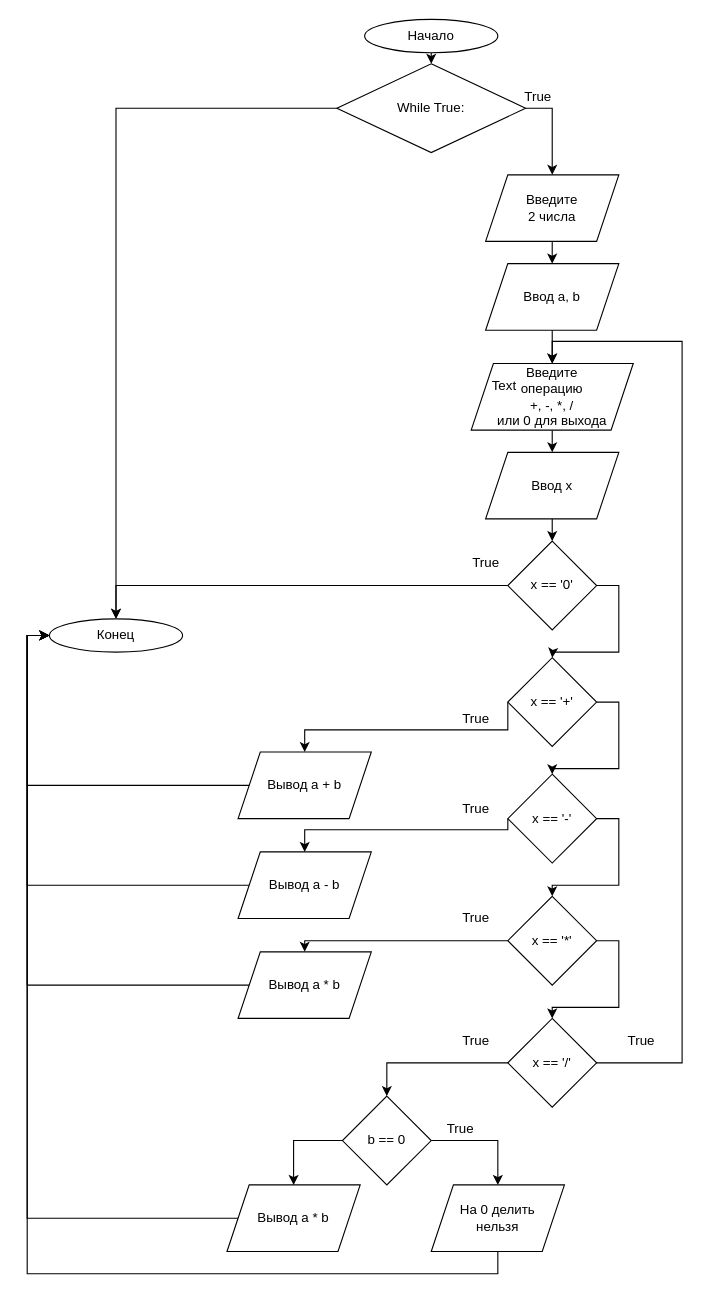
Before: page "Task-1" (1 of 4) of Untitled Diagram.drawio in y-zZz-y/Python-algorithm, a draw.io diagram. Source tidied: cells renumbered, new cells numbered last; positions are measured from the earlier drawing's top-left corner, leaving out a move shared by most shapes. Both pictures are drawn from the tidied source at 111%, with x=0, y=0 at pixel (27, 19).
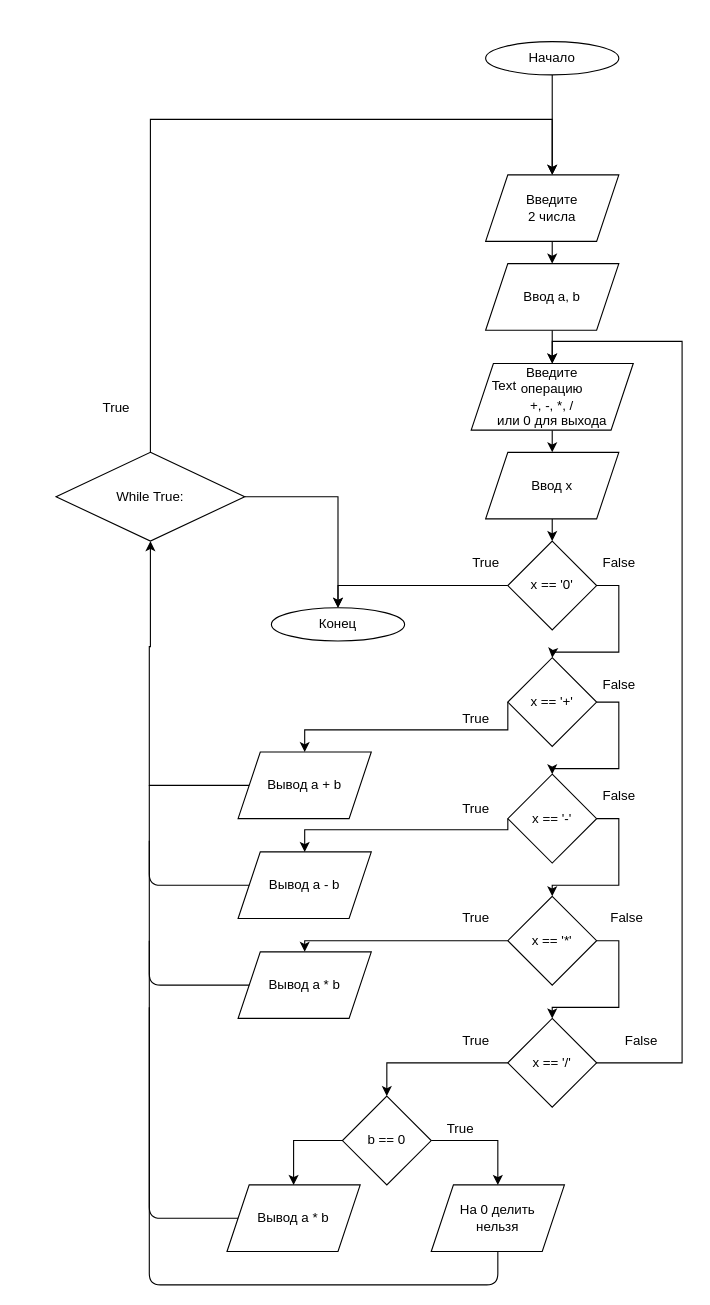
The same diagram, later.

The change refers to these unchanged cells:
```xml
<mxCell id="5" value="Введите &lt;br&gt;2 числа" style="shape=parallelogram;perimeter=parallelogramPerimeter;whiteSpace=wrap;html=1;fixedSize=1;" parent="1" vertex="1">
  <mxGeometry x="413" y="140" width="120" height="60" as="geometry" />
</mxCell>
<mxCell id="35" value="Вывод a + b" style="shape=parallelogram;perimeter=parallelogramPerimeter;whiteSpace=wrap;html=1;fixedSize=1;" parent="1" vertex="1">
  <mxGeometry x="190" y="660" width="120" height="60" as="geometry" />
</mxCell>
<mxCell id="37" value="Вывод a - b" style="shape=parallelogram;perimeter=parallelogramPerimeter;whiteSpace=wrap;html=1;fixedSize=1;" parent="1" vertex="1">
  <mxGeometry x="190" y="750" width="120" height="60" as="geometry" />
</mxCell>
<mxCell id="39" value="Вывод a * b" style="shape=parallelogram;perimeter=parallelogramPerimeter;whiteSpace=wrap;html=1;fixedSize=1;" parent="1" vertex="1">
  <mxGeometry x="190" y="840" width="120" height="60" as="geometry" />
</mxCell>
<mxCell id="44" value="На 0 делить &lt;br&gt;нельзя" style="shape=parallelogram;perimeter=parallelogramPerimeter;whiteSpace=wrap;html=1;fixedSize=1;" parent="1" vertex="1">
  <mxGeometry x="364" y="1050" width="120" height="60" as="geometry" />
</mxCell>
<mxCell id="46" value="Вывод a * b" style="shape=parallelogram;perimeter=parallelogramPerimeter;whiteSpace=wrap;html=1;fixedSize=1;" parent="1" vertex="1">
  <mxGeometry x="180" y="1050" width="120" height="60" as="geometry" />
</mxCell>
```

What changed in the source:
```diff
@@
-    <mxCell id="2" style="edgeStyle=orthogonalEdgeStyle;rounded=0;jettySize=auto;html=1;exitX=0.5;exitY=1;exitDx=0;exitDy=0;entryX=0.5;entryY=0;entryDx=0;entryDy=0;" parent="1" edge="1" source="3" target="14">
-      <mxGeometry relative="1" as="geometry" />
-    </mxCell>
+    <mxCell id="53" style="edgeStyle=orthogonalEdgeStyle;rounded=0;jettySize=auto;html=1;exitX=0.5;exitY=1;exitDx=0;exitDy=0;entryX=0.5;entryY=0;entryDx=0;entryDy=0;" parent="1" edge="1" source="3" target="5">
+      <mxGeometry relative="1" as="geometry">
+        <Array as="points">
+          <mxPoint x="473" y="100" />
+          <mxPoint x="473" y="100" />
+        </Array>
+      </mxGeometry>
+    </mxCell>
     <mxCell id="3" value="Начало" style="ellipse;whiteSpace=wrap;html=1;" parent="1" vertex="1">
-      <mxGeometry x="304" width="120" height="30" as="geometry" />
+      <mxGeometry x="413" y="20" width="120" height="30" as="geometry" />
     </mxCell>
@@
+    <mxCell id="13" style="edgeStyle=orthogonalEdgeStyle;rounded=0;jettySize=auto;html=1;exitX=0.5;exitY=0;exitDx=0;exitDy=0;entryX=0.5;entryY=0;entryDx=0;entryDy=0;" parent="1" edge="1" source="14" target="5">
+      <mxGeometry relative="1" as="geometry">
+        <Array as="points">
+          <mxPoint x="111" y="90" />
+          <mxPoint x="473" y="90" />
+        </Array>
+      </mxGeometry>
+    </mxCell>
-    <mxCell id="12" style="edgeStyle=orthogonalEdgeStyle;rounded=0;jettySize=auto;html=1;exitX=0;exitY=0.5;exitDx=0;exitDy=0;entryX=0.5;entryY=0;entryDx=0;entryDy=0;" parent="1" edge="1" source="14" target="18">
+    <mxCell id="12" style="edgeStyle=orthogonalEdgeStyle;rounded=0;jettySize=auto;html=1;exitX=1;exitY=0.5;exitDx=0;exitDy=0;entryX=0.5;entryY=0;entryDx=0;entryDy=0;" parent="1" edge="1" source="14" target="18">
       <mxGeometry relative="1" as="geometry" />
     </mxCell>
-    <mxCell id="13" style="edgeStyle=orthogonalEdgeStyle;rounded=0;jettySize=auto;html=1;exitX=1;exitY=0.5;exitDx=0;exitDy=0;entryX=0.5;entryY=0;entryDx=0;entryDy=0;" parent="1" edge="1" source="14" target="5">
-      <mxGeometry relative="1" as="geometry" />
-    </mxCell>
     <mxCell id="14" value="While True:" style="rhombus;whiteSpace=wrap;html=1;" parent="1" vertex="1">
-      <mxGeometry x="279" y="40" width="170" height="80" as="geometry" />
+      <mxGeometry x="26" y="390" width="170" height="80" as="geometry" />
     </mxCell>
@@
     <mxCell id="18" value="Конец" style="ellipse;whiteSpace=wrap;html=1;" parent="1" vertex="1">
-      <mxGeometry x="20" y="540" width="120" height="30" as="geometry" />
+      <mxGeometry x="220" y="530" width="120" height="30" as="geometry" />
     </mxCell>
@@
     <mxCell id="20" value="True" style="text;html=1;align=center;verticalAlign=middle;" parent="1" vertex="1">
-      <mxGeometry x="440" y="60" width="40" height="20" as="geometry" />
+      <mxGeometry x="60" y="340" width="40" height="20" as="geometry" />
     </mxCell>
@@
-    <mxCell id="34" style="edgeStyle=orthogonalEdgeStyle;rounded=0;jettySize=auto;html=1;exitX=0;exitY=0.5;exitDx=0;exitDy=0;entryX=0;entryY=0.5;entryDx=0;entryDy=0;" parent="1" edge="1" source="35" target="18">
-      <mxGeometry relative="1" as="geometry">
-        <Array as="points">
-          <mxPoint y="690" />
-          <mxPoint y="555" />
-        </Array>
-      </mxGeometry>
-    </mxCell>
+    <mxCell id="54" style="edgeStyle=orthogonalEdgeStyle;rounded=0;jettySize=auto;html=1;exitX=0;exitY=0.5;exitDx=0;exitDy=0;entryX=0.5;entryY=1;entryDx=0;entryDy=0;" parent="1" edge="1" source="35" target="14">
+      <mxGeometry relative="1" as="geometry">
+        <Array as="points">
+          <mxPoint x="110" y="690" />
+          <mxPoint x="110" y="565" />
+          <mxPoint x="111" y="470" />
+        </Array>
+      </mxGeometry>
+    </mxCell>
@@
-    <mxCell id="36" style="edgeStyle=orthogonalEdgeStyle;rounded=0;jettySize=auto;html=1;exitX=0;exitY=0.5;exitDx=0;exitDy=0;entryX=0;entryY=0.5;entryDx=0;entryDy=0;" parent="1" edge="1" source="37" target="18">
-      <mxGeometry relative="1" as="geometry">
-        <Array as="points">
-          <mxPoint y="780" />
-          <mxPoint y="555" />
-        </Array>
-      </mxGeometry>
-    </mxCell>
@@
-    <mxCell id="38" style="edgeStyle=orthogonalEdgeStyle;rounded=0;jettySize=auto;html=1;exitX=0;exitY=0.5;exitDx=0;exitDy=0;entryX=0;entryY=0.5;entryDx=0;entryDy=0;" parent="1" edge="1" source="39" target="18">
-      <mxGeometry relative="1" as="geometry">
-        <Array as="points">
-          <mxPoint y="870" />
-          <mxPoint y="555" />
-        </Array>
-      </mxGeometry>
-    </mxCell>
@@
-    <mxCell id="43" style="edgeStyle=orthogonalEdgeStyle;rounded=0;jettySize=auto;html=1;exitX=0.5;exitY=1;exitDx=0;exitDy=0;entryX=0;entryY=0.5;entryDx=0;entryDy=0;" parent="1" edge="1" source="44" target="18">
-      <mxGeometry relative="1" as="geometry" />
-    </mxCell>
@@
-    <mxCell id="45" style="edgeStyle=orthogonalEdgeStyle;rounded=0;jettySize=auto;html=1;exitX=0;exitY=0.5;exitDx=0;exitDy=0;entryX=0;entryY=0.5;entryDx=0;entryDy=0;" parent="1" edge="1" source="46" target="18">
-      <mxGeometry relative="1" as="geometry">
-        <Array as="points">
-          <mxPoint y="1080" />
-          <mxPoint y="555" />
-        </Array>
-      </mxGeometry>
-    </mxCell>
@@
-    <mxCell id="52" value="True" style="text;html=1;align=center;verticalAlign=middle;" parent="1" vertex="1">
+    <mxCell id="52" value="False" style="text;html=1;align=center;verticalAlign=middle;" parent="1" vertex="1">
       <mxGeometry x="533" y="910" width="40" height="20" as="geometry" />
     </mxCell>
+    <mxCell id="55" style="endArrow=none;html=1;exitX=0;exitY=0.5;exitDx=0;exitDy=0;" parent="1" edge="1" source="37">
+      <mxGeometry relative="1" as="geometry">
+        <mxPoint x="110" y="690" as="targetPoint" />
+        <Array as="points">
+          <mxPoint x="110" y="780" />
+        </Array>
+      </mxGeometry>
+    </mxCell>
+    <mxCell id="56" style="endArrow=none;html=1;exitX=0;exitY=0.5;exitDx=0;exitDy=0;" parent="1" edge="1">
+      <mxGeometry relative="1" as="geometry">
+        <mxPoint x="200" y="870" as="sourcePoint" />
+        <mxPoint x="110" y="740" as="targetPoint" />
+        <Array as="points">
+          <mxPoint x="110" y="870" />
+        </Array>
+      </mxGeometry>
+    </mxCell>
+    <mxCell id="57" style="endArrow=none;html=1;exitX=0;exitY=0.5;exitDx=0;exitDy=0;" parent="1" edge="1">
+      <mxGeometry relative="1" as="geometry">
+        <mxPoint x="190" y="1080" as="sourcePoint" />
+        <mxPoint x="110" y="830" as="targetPoint" />
+        <Array as="points">
+          <mxPoint x="110" y="1080" />
+        </Array>
+      </mxGeometry>
+    </mxCell>
+    <mxCell id="58" style="endArrow=none;html=1;exitX=0.5;exitY=1;exitDx=0;exitDy=0;" parent="1" edge="1" source="44">
+      <mxGeometry relative="1" as="geometry">
+        <mxPoint x="110" y="890" as="targetPoint" />
+        <Array as="points">
+          <mxPoint x="424" y="1140" />
+          <mxPoint x="110" y="1140" />
+        </Array>
+      </mxGeometry>
+    </mxCell>
+    <mxCell id="59" value="False" style="text;html=1;align=center;verticalAlign=middle;" parent="1" vertex="1">
+      <mxGeometry x="520" y="800" width="40" height="20" as="geometry" />
+    </mxCell>
+    <mxCell id="60" value="False" style="text;html=1;align=center;verticalAlign=middle;" parent="1" vertex="1">
+      <mxGeometry x="513" y="690" width="40" height="20" as="geometry" />
+    </mxCell>
+    <mxCell id="61" value="False" style="text;html=1;align=center;verticalAlign=middle;" parent="1" vertex="1">
+      <mxGeometry x="513" y="590" width="40" height="20" as="geometry" />
+    </mxCell>
+    <mxCell id="62" value="False" style="text;html=1;align=center;verticalAlign=middle;" parent="1" vertex="1">
+      <mxGeometry x="513" y="480" width="40" height="20" as="geometry" />
+    </mxCell>
```
